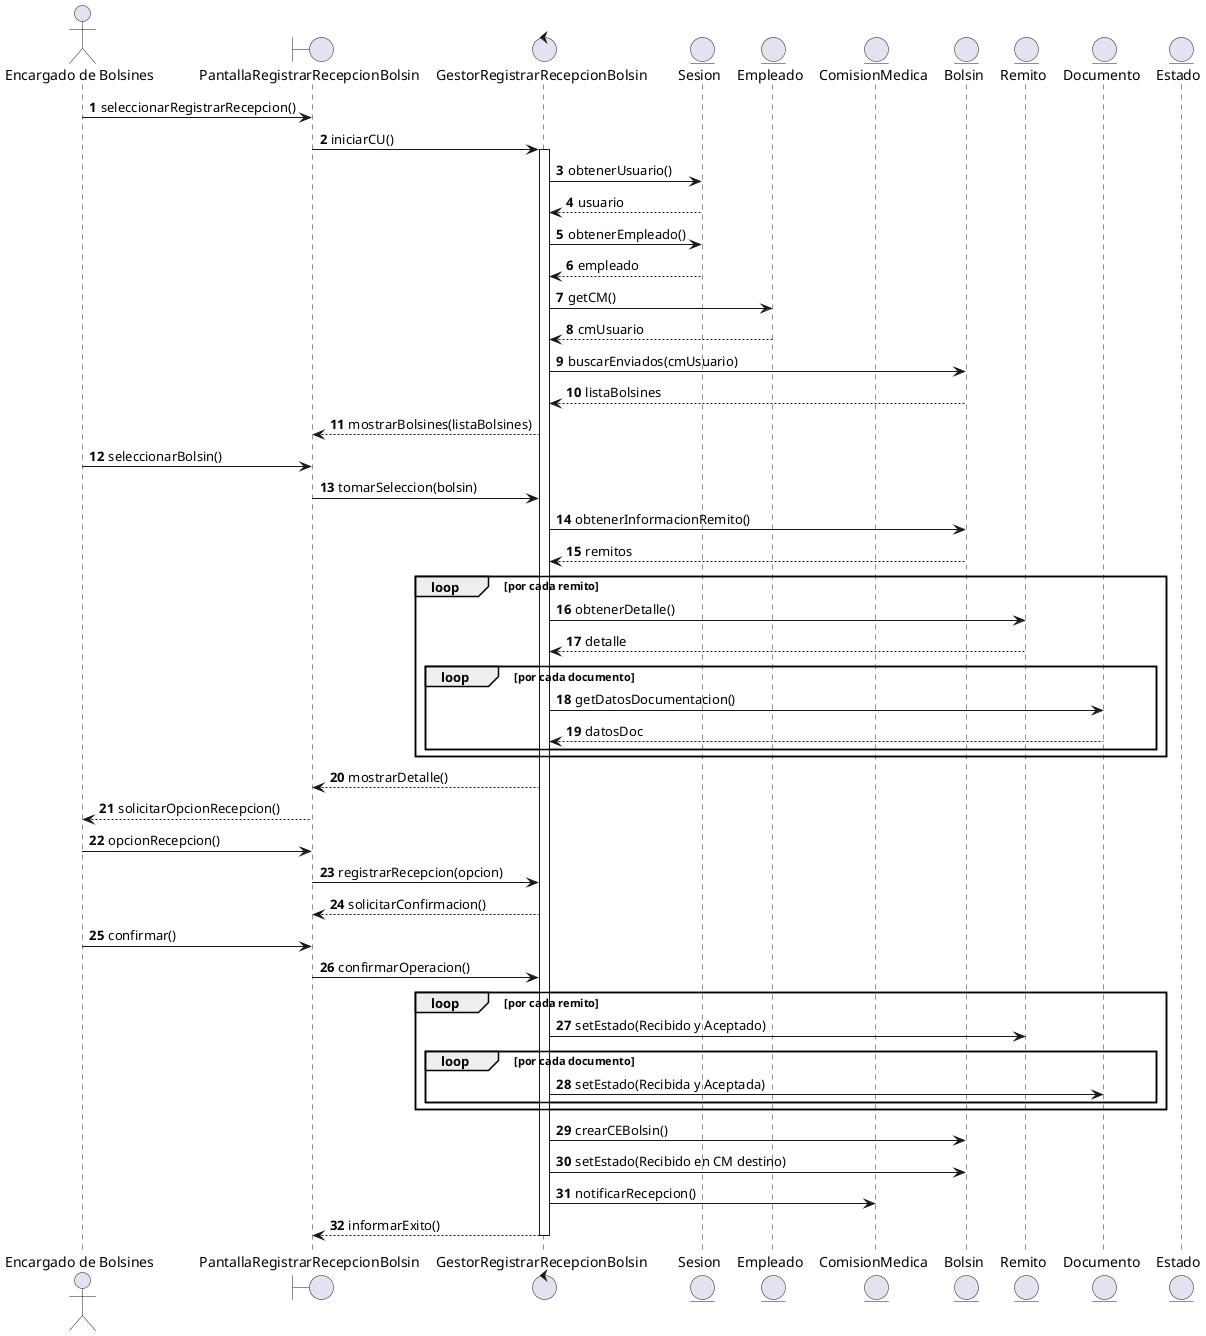
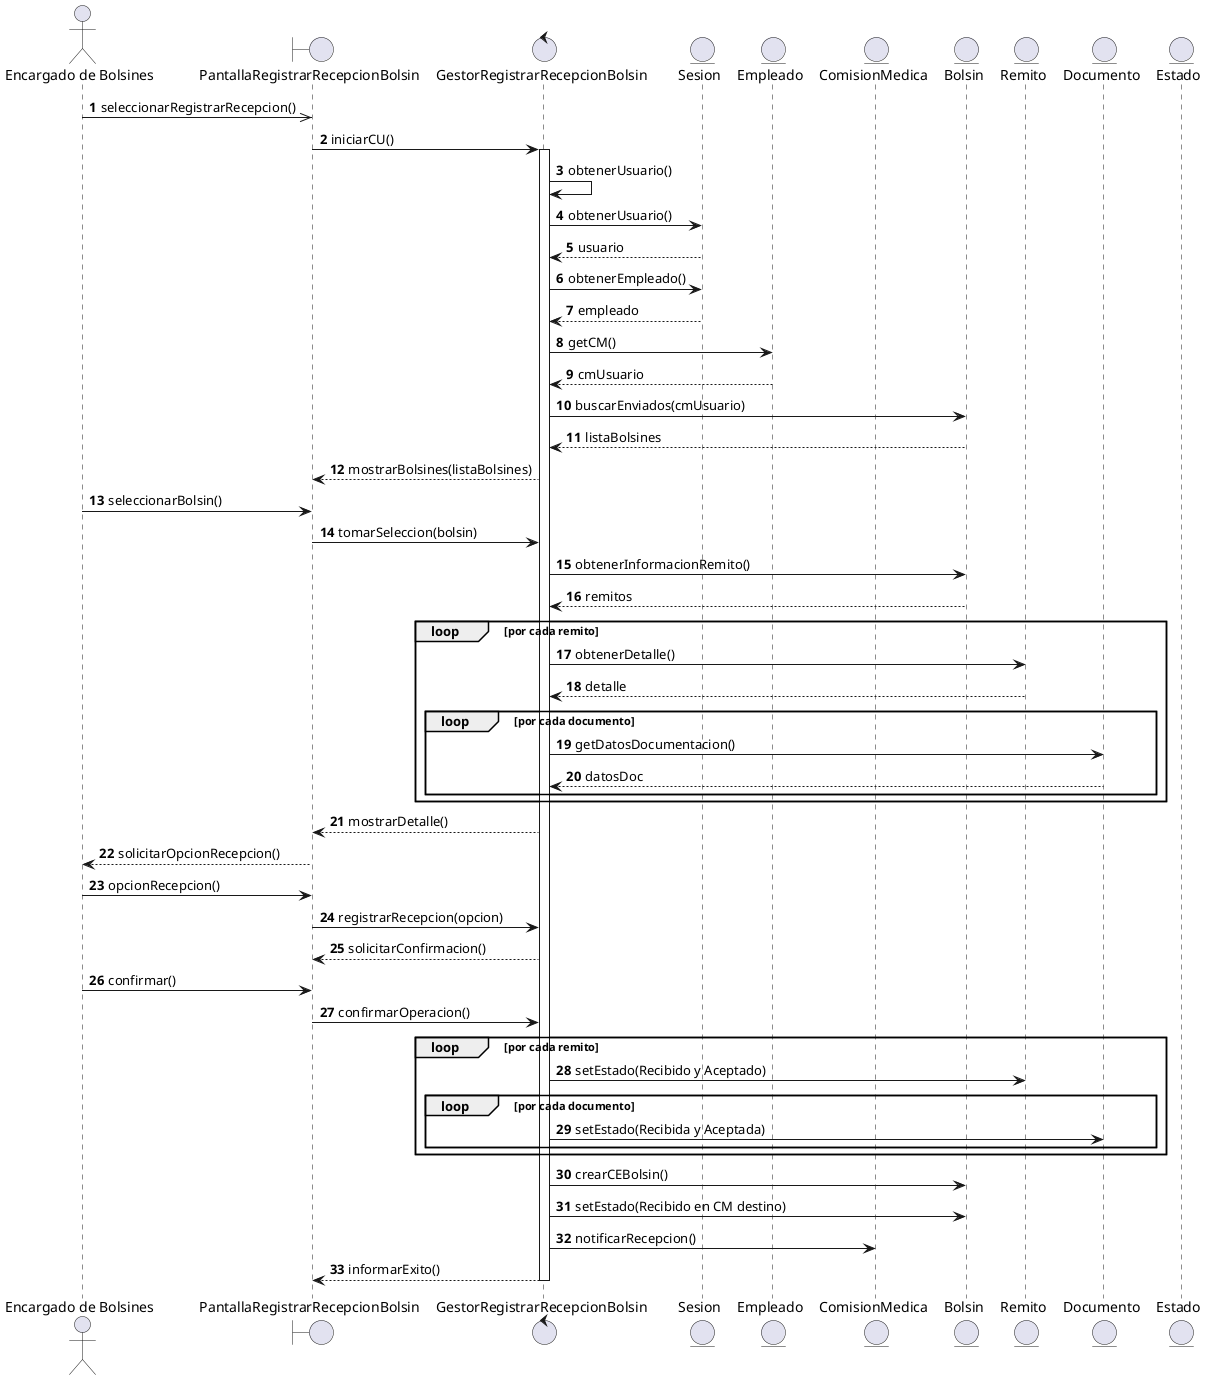
@startuml

autonumber

actor "Encargado de Bolsines" as EB

boundary PantallaRegistrarRecepcionBolsin as Pantalla
control GestorRegistrarRecepcionBolsin as Gestor

entity Sesion
entity Empleado
entity ComisionMedica
entity Bolsin
entity Remito
entity Documento
entity Estado

' ==========================================
' Inicio CU
' ==========================================

- EB -> Pantalla : seleccionarRegistrarRecepcion()
+ EB ->> Pantalla : seleccionarRegistrarRecepcion()

Pantalla -> Gestor : iniciarCU()

activate Gestor

' ==========================================
' Obtener CM del usuario
' ==========================================
+ Gestor -> Gestor : obtenerUsuario()

Gestor -> Sesion : obtenerUsuario()
Sesion --> Gestor : usuario

Gestor -> Sesion : obtenerEmpleado()
Sesion --> Gestor : empleado

Gestor -> Empleado : getCM()
Empleado --> Gestor : cmUsuario

' ==========================================
' Buscar bolsines enviados
' ==========================================

Gestor -> Bolsin : buscarEnviados(cmUsuario)
Bolsin --> Gestor : listaBolsines

Gestor --> Pantalla : mostrarBolsines(listaBolsines)

' ==========================================
' Selección de bolsín
' ==========================================

EB -> Pantalla : seleccionarBolsin()

Pantalla -> Gestor : tomarSeleccion(bolsin)

Gestor -> Bolsin : obtenerInformacionRemito()
Bolsin --> Gestor : remitos

loop por cada remito
    Gestor -> Remito : obtenerDetalle()
    Remito --> Gestor : detalle

    loop por cada documento
        Gestor -> Documento : getDatosDocumentacion()
        Documento --> Gestor : datosDoc
    end
end

Gestor --> Pantalla : mostrarDetalle()

' ==========================================
' Selección opción recepción
' ==========================================

Pantalla --> EB : solicitarOpcionRecepcion()

EB -> Pantalla : opcionRecepcion()

Pantalla -> Gestor : registrarRecepcion(opcion)

Gestor --> Pantalla : solicitarConfirmacion()

EB -> Pantalla : confirmar()

Pantalla -> Gestor : confirmarOperacion()

' ==========================================
' Actualización de estados
' ==========================================

loop por cada remito
    Gestor -> Remito : setEstado(Recibido y Aceptado)

    loop por cada documento
        Gestor -> Documento : setEstado(Recibida y Aceptada)
    end
end

Gestor -> Bolsin : crearCEBolsin()
Gestor -> Bolsin : setEstado(Recibido en CM destino)

' ==========================================
' Notificación
' ==========================================

Gestor -> ComisionMedica : notificarRecepcion()

Gestor --> Pantalla : informarExito()

deactivate Gestor

@enduml